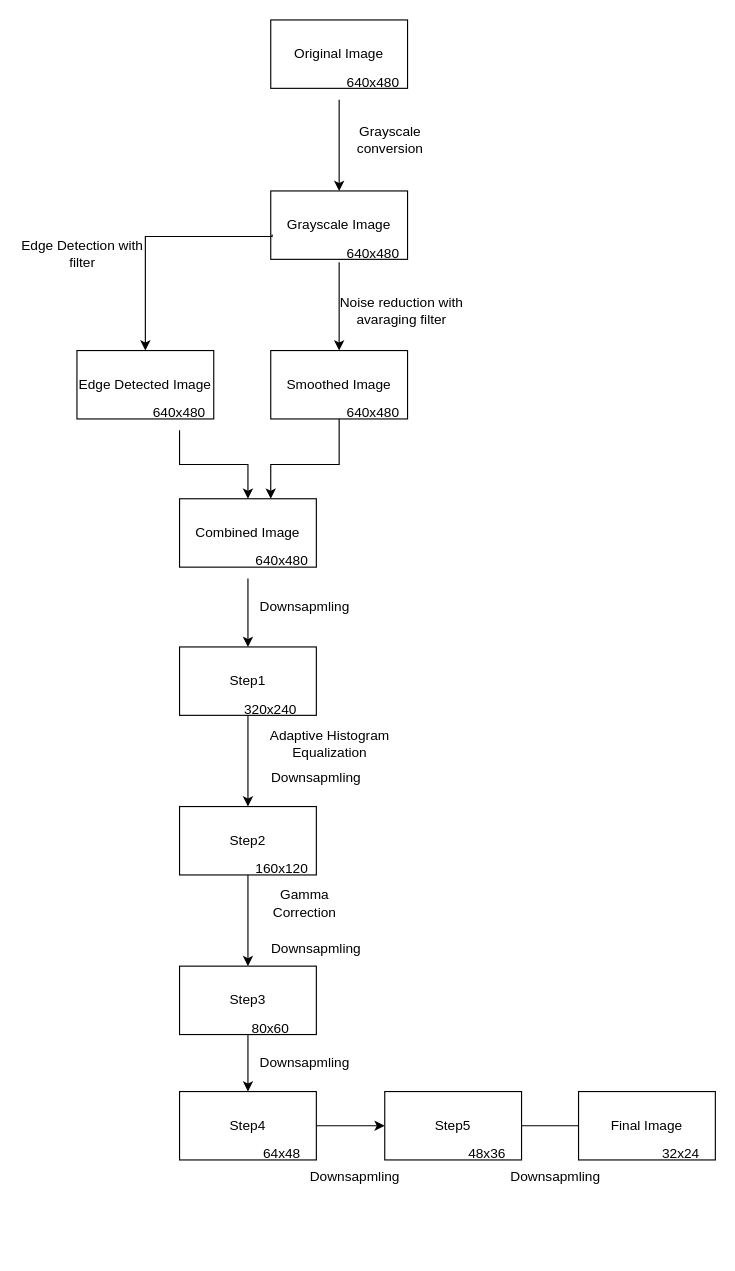
Earlier version of the draw.io diagram Başlıksız Diyagram.drawio (musalmaz/c_progress). Source tidied: cells renumbered, new cells numbered last; positions are measured from the earlier drawing's top-left corner, leaving out a move shared by most shapes. Both pictures are drawn from the tidied source at 114%, with x=0, y=0 at pixel (19, 19).
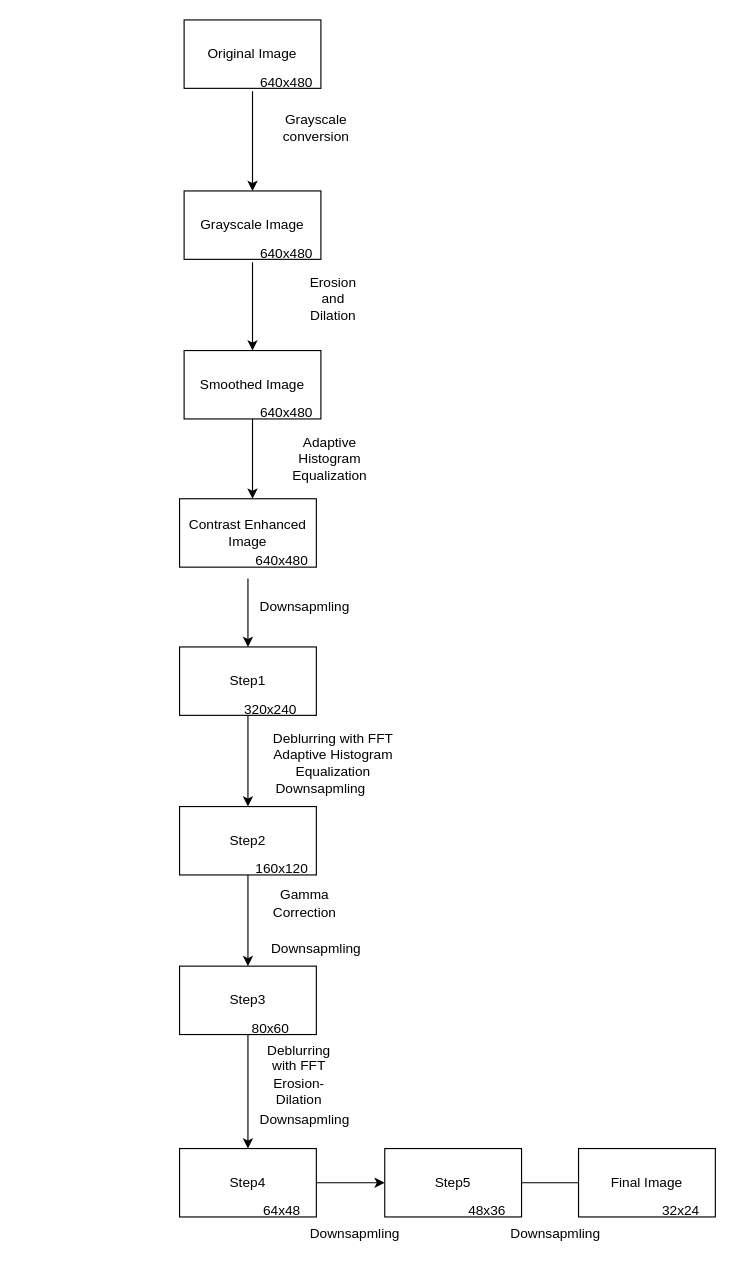
The same page after the edit.

Change to the diagram source:
```diff
@@
     <mxCell id="2" value="Original Image" style="rounded=0;whiteSpace=wrap;html=1;" parent="1" vertex="1">
-      <mxGeometry x="220" width="120" height="60" as="geometry" />
+      <mxGeometry x="144" width="120" height="60" as="geometry" />
     </mxCell>
     <mxCell id="3" value="Grayscale Image" style="rounded=0;whiteSpace=wrap;html=1;" parent="1" vertex="1">
-      <mxGeometry x="220" y="150" width="120" height="60" as="geometry" />
+      <mxGeometry x="144" y="150" width="120" height="60" as="geometry" />
     </mxCell>
-    <mxCell id="4" style="edgeStyle=orthogonalEdgeStyle;rounded=0;jettySize=auto;html=1;" parent="1" edge="1" source="5" target="3">
+    <mxCell id="4" style="edgeStyle=orthogonalEdgeStyle;rounded=0;jettySize=auto;html=1;exitX=0;exitY=0.75;exitDx=0;exitDy=0;" parent="1" edge="1" source="5" target="3">
       <mxGeometry relative="1" as="geometry">
         <Array as="points">
-          <mxPoint x="280" y="90" />
-          <mxPoint x="280" y="90" />
+          <mxPoint x="204" y="80" />
+          <mxPoint x="204" y="80" />
         </Array>
       </mxGeometry>
     </mxCell>
     <mxCell id="5" value="640x480" style="text;html=1;strokeColor=none;fillColor=none;align=center;verticalAlign=middle;whiteSpace=wrap;rounded=0;" parent="1" vertex="1">
-      <mxGeometry x="280" y="40" width="60" height="30" as="geometry" />
+      <mxGeometry x="204" y="40" width="60" height="30" as="geometry" />
     </mxCell>
     <mxCell id="6" style="edgeStyle=orthogonalEdgeStyle;rounded=0;jettySize=auto;html=1;exitX=0;exitY=0.75;exitDx=0;exitDy=0;" parent="1" edge="1" source="7" target="9">
       <mxGeometry relative="1" as="geometry">
         <Array as="points">
-          <mxPoint x="280" y="230" />
-          <mxPoint x="280" y="230" />
+          <mxPoint x="204" y="213" />
+          <mxPoint x="204" y="320" />
         </Array>
       </mxGeometry>
     </mxCell>
     <mxCell id="7" value="640x480" style="text;html=1;strokeColor=none;fillColor=none;align=center;verticalAlign=middle;whiteSpace=wrap;rounded=0;" parent="1" vertex="1">
-      <mxGeometry x="280" y="190" width="60" height="30" as="geometry" />
+      <mxGeometry x="204" y="190" width="60" height="30" as="geometry" />
     </mxCell>
     <mxCell id="8" style="edgeStyle=orthogonalEdgeStyle;rounded=0;jettySize=auto;html=1;" parent="1" edge="1" source="9" target="16">
       <mxGeometry relative="1" as="geometry">
         <Array as="points">
-          <mxPoint x="280" y="390" />
-          <mxPoint x="220" y="390" />
+          <mxPoint x="204" y="400" />
+          <mxPoint x="204" y="400" />
         </Array>
       </mxGeometry>
     </mxCell>
     <mxCell id="9" value="Smoothed Image" style="rounded=0;whiteSpace=wrap;html=1;" parent="1" vertex="1">
-      <mxGeometry x="220" y="290" width="120" height="60" as="geometry" />
+      <mxGeometry x="144" y="290" width="120" height="60" as="geometry" />
     </mxCell>
-    <mxCell id="10" value="Noise reduction with avaraging filter" style="text;html=1;strokeColor=none;fillColor=none;align=center;verticalAlign=middle;whiteSpace=wrap;rounded=0;" parent="1" vertex="1">
-      <mxGeometry x="270" y="240" width="130" height="30" as="geometry" />
-    </mxCell>
     <mxCell id="11" value="640x480" style="text;html=1;strokeColor=none;fillColor=none;align=center;verticalAlign=middle;whiteSpace=wrap;rounded=0;" parent="1" vertex="1">
-      <mxGeometry x="280" y="330" width="60" height="30" as="geometry" />
+      <mxGeometry x="204" y="330" width="60" height="30" as="geometry" />
     </mxCell>
-    <mxCell id="12" value="Edge Detected Image" style="rounded=0;whiteSpace=wrap;html=1;" parent="1" vertex="1">
-      <mxGeometry x="50" y="290" width="120" height="60" as="geometry" />
-    </mxCell>
-    <mxCell id="13" style="edgeStyle=orthogonalEdgeStyle;rounded=0;jettySize=auto;html=1;" parent="1" edge="1" source="14" target="16">
-      <mxGeometry relative="1" as="geometry" />
-    </mxCell>
-    <mxCell id="14" value="640x480" style="text;html=1;strokeColor=none;fillColor=none;align=center;verticalAlign=middle;whiteSpace=wrap;rounded=0;" parent="1" vertex="1">
-      <mxGeometry x="110" y="330" width="60" height="30" as="geometry" />
-    </mxCell>
-    <mxCell id="15" style="edgeStyle=orthogonalEdgeStyle;rounded=0;jettySize=auto;html=1;entryX=0.5;entryY=0;entryDx=0;entryDy=0;exitX=0.01;exitY=0.637;exitDx=0;exitDy=0;exitPerimeter=0;" parent="1" edge="1" source="3" target="12">
-      <mxGeometry relative="1" as="geometry">
-        <Array as="points">
-          <mxPoint x="221" y="190" />
-          <mxPoint x="110" y="190" />
-        </Array>
-      </mxGeometry>
-    </mxCell>
-    <mxCell id="16" value="Combined Image" style="rounded=0;whiteSpace=wrap;html=1;" parent="1" vertex="1">
+    <mxCell id="16" value="Contrast Enhanced Image" style="rounded=0;whiteSpace=wrap;html=1;" parent="1" vertex="1">
       <mxGeometry x="140" y="420" width="120" height="60" as="geometry" />
     </mxCell>
@@
-    <mxCell id="23" value="Edge Detection with filter" style="text;html=1;strokeColor=none;fillColor=none;align=center;verticalAlign=middle;whiteSpace=wrap;rounded=0;" parent="1" vertex="1">
-      <mxGeometry y="190" width="110" height="30" as="geometry" />
-    </mxCell>
@@
-    <mxCell id="26" value="Adaptive Histogram Equalization" style="text;html=1;strokeColor=none;fillColor=none;align=center;verticalAlign=middle;whiteSpace=wrap;rounded=0;" parent="1" vertex="1">
-      <mxGeometry x="204" y="620" width="136" height="30" as="geometry" />
+    <mxCell id="26" value="Deblurring with FFT&lt;br&gt;Adaptive Histogram Equalization" style="text;html=1;strokeColor=none;fillColor=none;align=center;verticalAlign=middle;whiteSpace=wrap;rounded=0;" parent="1" vertex="1">
+      <mxGeometry x="207" y="630" width="136" height="30" as="geometry" />
     </mxCell>
     <mxCell id="27" value="Downsapmling" style="text;html=1;strokeColor=none;fillColor=none;align=center;verticalAlign=middle;whiteSpace=wrap;rounded=0;" parent="1" vertex="1">
-      <mxGeometry x="230" y="650" width="60" height="30" as="geometry" />
+      <mxGeometry x="234" y="660" width="60" height="30" as="geometry" />
     </mxCell>
@@
     <mxCell id="35" value="Step4" style="rounded=0;whiteSpace=wrap;html=1;" parent="1" vertex="1">
-      <mxGeometry x="140" y="940" width="120" height="60" as="geometry" />
+      <mxGeometry x="140" y="990" width="120" height="60" as="geometry" />
     </mxCell>
     <mxCell id="36" value="Downsapmling" style="text;html=1;strokeColor=none;fillColor=none;align=center;verticalAlign=middle;whiteSpace=wrap;rounded=0;" parent="1" vertex="1">
-      <mxGeometry x="220" y="900" width="60" height="30" as="geometry" />
+      <mxGeometry x="220" y="950" width="60" height="30" as="geometry" />
     </mxCell>
     <mxCell id="37" value="64x48" style="text;html=1;strokeColor=none;fillColor=none;align=center;verticalAlign=middle;whiteSpace=wrap;rounded=0;" parent="1" vertex="1">
-      <mxGeometry x="200" y="980" width="60" height="30" as="geometry" />
+      <mxGeometry x="200" y="1030" width="60" height="30" as="geometry" />
     </mxCell>
@@
     <mxCell id="39" value="Step5" style="rounded=0;whiteSpace=wrap;html=1;" parent="1" vertex="1">
-      <mxGeometry x="320" y="940" width="120" height="60" as="geometry" />
+      <mxGeometry x="320" y="990" width="120" height="60" as="geometry" />
     </mxCell>
     <mxCell id="40" value="48x36" style="text;html=1;strokeColor=none;fillColor=none;align=center;verticalAlign=middle;whiteSpace=wrap;rounded=0;" parent="1" vertex="1">
-      <mxGeometry x="380" y="980" width="60" height="30" as="geometry" />
+      <mxGeometry x="380" y="1030" width="60" height="30" as="geometry" />
     </mxCell>
     <mxCell id="41" value="Downsapmling" style="text;html=1;strokeColor=none;fillColor=none;align=center;verticalAlign=middle;whiteSpace=wrap;rounded=0;" parent="1" vertex="1">
-      <mxGeometry x="264" y="1000" width="60" height="30" as="geometry" />
+      <mxGeometry x="264" y="1050" width="60" height="30" as="geometry" />
     </mxCell>
     <mxCell id="42" value="Final Image" style="rounded=0;whiteSpace=wrap;html=1;" parent="1" vertex="1">
-      <mxGeometry x="490" y="940" width="120" height="60" as="geometry" />
+      <mxGeometry x="490" y="990" width="120" height="60" as="geometry" />
     </mxCell>
     <mxCell id="43" value="32x24" style="text;html=1;strokeColor=none;fillColor=none;align=center;verticalAlign=middle;whiteSpace=wrap;rounded=0;" parent="1" vertex="1">
-      <mxGeometry x="550" y="980" width="60" height="30" as="geometry" />
+      <mxGeometry x="550" y="1030" width="60" height="30" as="geometry" />
     </mxCell>
     <mxCell id="44" value="Downsapmling" style="text;html=1;strokeColor=none;fillColor=none;align=center;verticalAlign=middle;whiteSpace=wrap;rounded=0;" parent="1" vertex="1">
-      <mxGeometry x="440" y="1000" width="60" height="30" as="geometry" />
+      <mxGeometry x="440" y="1050" width="60" height="30" as="geometry" />
     </mxCell>
     <mxCell id="45" value="Grayscale conversion" style="text;html=1;strokeColor=none;fillColor=none;align=center;verticalAlign=middle;whiteSpace=wrap;rounded=0;" parent="1" vertex="1">
-      <mxGeometry x="280" y="90" width="90" height="30" as="geometry" />
+      <mxGeometry x="215" y="80" width="90" height="30" as="geometry" />
     </mxCell>
+    <mxCell id="46" value="Erosion and Dilation" style="text;html=1;strokeColor=none;fillColor=none;align=center;verticalAlign=middle;whiteSpace=wrap;rounded=0;" parent="1" vertex="1">
+      <mxGeometry x="245" y="230" width="60" height="30" as="geometry" />
+    </mxCell>
+    <mxCell id="47" value="Adaptive Histogram Equalization" style="text;html=1;strokeColor=none;fillColor=none;align=center;verticalAlign=middle;whiteSpace=wrap;rounded=0;" parent="1" vertex="1">
+      <mxGeometry x="242" y="370" width="60" height="30" as="geometry" />
+    </mxCell>
+    <mxCell id="48" value="Deblurring with FFT&lt;br&gt;Erosion-Dilation" style="text;html=1;strokeColor=none;fillColor=none;align=center;verticalAlign=middle;whiteSpace=wrap;rounded=0;" parent="1" vertex="1">
+      <mxGeometry x="215" y="910" width="60" height="30" as="geometry" />
+    </mxCell>
```
